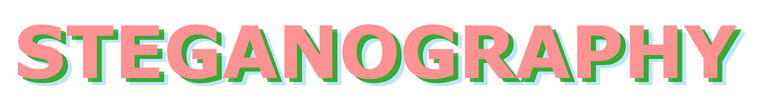
The draw.io diagram data/Diagrams/steganography_logo.png in italoPontes/Steganography, before a commit. Source tidied: cells renumbered, new cells last; positions are measured from the earlier drawing's top-left corner, leaving out a move shared by most shapes.
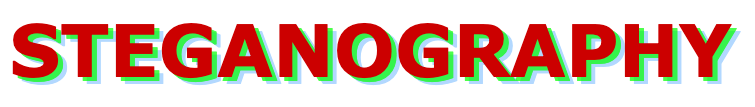
After the change.

What changed in the source:
```diff
@@ -8,8 +8,8 @@
     <mxCell id="3" value="&lt;b style=&quot;font-family: Verdana; text-wrap: wrap; font-size: 72px;&quot;&gt;&lt;font color=&quot;#00ff00&quot;&gt;STEGANOGRAPHY&lt;/font&gt;&lt;/b&gt;" style="text;align=center;verticalAlign=middle;strokeColor=none;fillColor=none;labelBackgroundColor=none;fontColor=default;labelBorderColor=none;textShadow=0;html=1;textOpacity=70;rounded=0;shadow=0;glass=0;perimeterSpacing=0;absoluteArcSize=0;noLabel=0;backgroundOutline=0;" parent="1" vertex="1">
       <mxGeometry x="5" y="4" width="750" height="100" as="geometry" />
     </mxCell>
-    <mxCell id="4" value="&lt;b style=&quot;font-family: Verdana; text-wrap: wrap; font-size: 72px;&quot;&gt;STEGANOGRAPHY&lt;/b&gt;" style="text;align=center;verticalAlign=middle;strokeColor=none;fillColor=none;labelBackgroundColor=none;fontColor=#FF0000;labelBorderColor=none;textShadow=0;html=1;" parent="1" vertex="1">
-      <mxGeometry width="750" height="100" as="geometry" />
+    <mxCell id="4" value="&lt;b style=&quot;font-family: Verdana; text-wrap: wrap; font-size: 72px;&quot;&gt;&lt;font color=&quot;#cc0000&quot;&gt;STEGANOGRAPHY&lt;/font&gt;&lt;/b&gt;" style="text;align=center;verticalAlign=middle;strokeColor=none;fillColor=none;labelBackgroundColor=none;fontColor=#FF0000;labelBorderColor=none;textShadow=0;html=1;" parent="1" vertex="1">
+      <mxGeometry x="5" y="1" width="741" height="98" as="geometry" />
     </mxCell>
   </root>
 </mxGraphModel>
```
